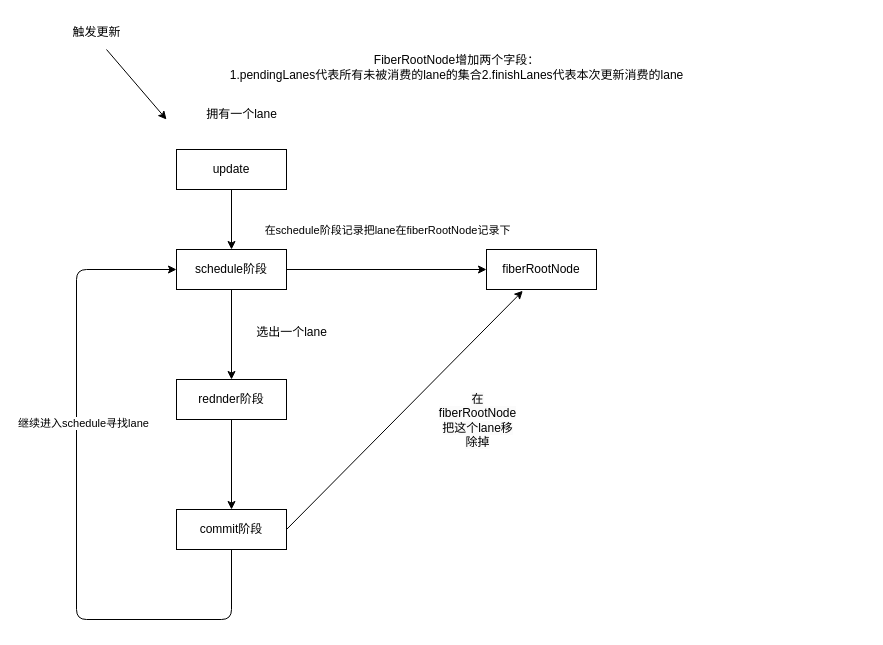
Before: 面试4-如何知道那些 lane 被消费了，还剩那些 lane 没有被消费？.drawio in coder-wangtao/big-react, a draw.io diagram. Source tidied: cells renumbered, new cells numbered last; positions are measured from the earlier drawing's top-left corner, leaving out a move shared by most shapes. Both pictures are drawn from the tidied source at 100%, with x=0, y=0 at pixel (61, 17).
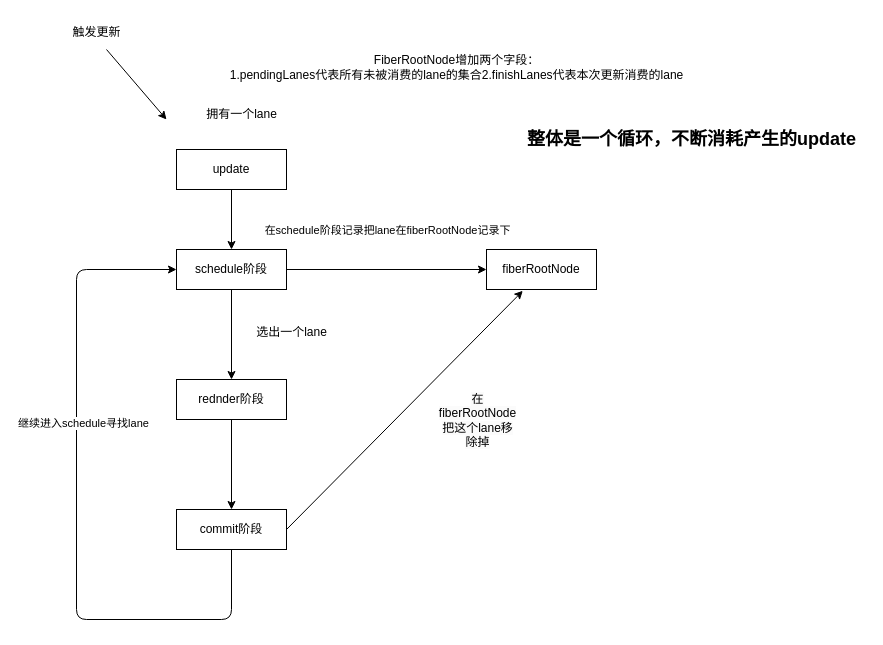
After the change.

Diff of the diagram source:
```diff
@@
+    <mxCell id="21" value="&lt;b&gt;&lt;font style=&quot;font-size: 18px;&quot;&gt;整体是一个循环，不断消耗产生的update&lt;/font&gt;&lt;/b&gt;" style="text;html=1;align=center;verticalAlign=middle;strokeColor=none;fillColor=none;" parent="1" vertex="1">
+      <mxGeometry x="455" y="102" width="350" height="40" as="geometry" />
+    </mxCell>
```
